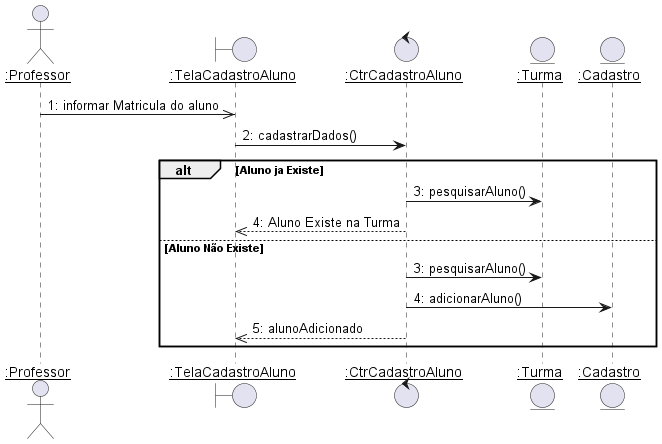
Above: diagramas/sequencia/adicionar_aluno.png in Pedro-V/projetorium (PlantUML), before the change.
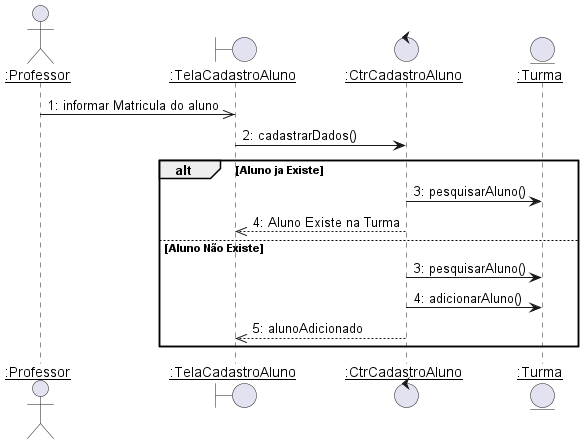
Later version of the same file.

Diff of the diagram source:
```diff
@@ -6,7 +6,6 @@
 boundary ":TelaCadastroAluno" as TelaCadastroAluno
 control ":CtrCadastroAluno" as CtrCadastroAluno
 entity ":Turma" as Turma
-entity ":Cadastro" as Cadastro
 
 Professor ->> TelaCadastroAluno : 1: informar Matricula do aluno
 TelaCadastroAluno -> CtrCadastroAluno : 2: cadastrarDados()
@@ -17,7 +16,7 @@
     CtrCadastroAluno -->> TelaCadastroAluno : 4: Aluno Existe na Turma
 else Aluno Não Existe
     CtrCadastroAluno -> Turma : 3: pesquisarAluno()
-    CtrCadastroAluno -> Cadastro : 4: adicionarAluno()
+    CtrCadastroAluno -> Turma : 4: adicionarAluno()
     CtrCadastroAluno -->> TelaCadastroAluno : 5: alunoAdicionado
 end
 @enduml
```
